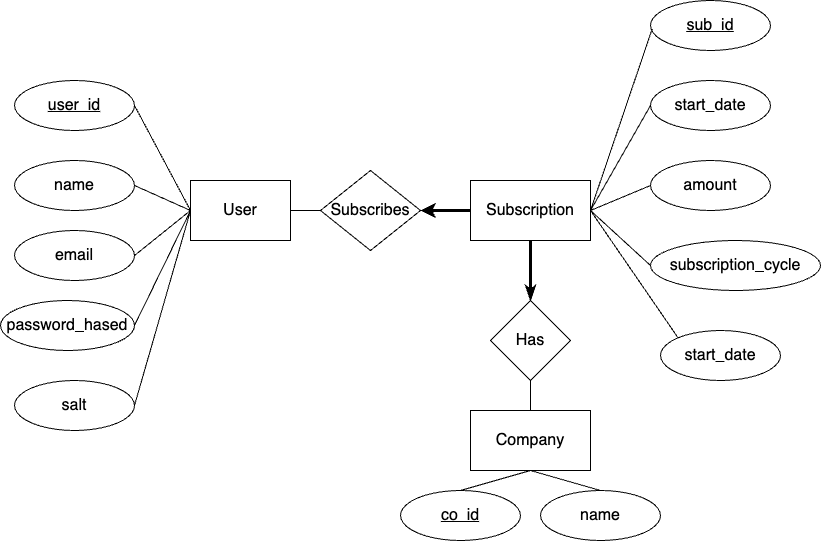
Zijing-Liu/Subscription-Manager keeps this draw.io diagram as ERdiagram.png. Above is the earlier version. Source tidied: cells renumbered, new cells last; positions are measured from the earlier drawing's top-left corner, leaving out a move shared by most shapes. Source of this version:
```xml
<mxGraphModel>
  <root>
    <mxCell id="0" />
    <mxCell id="1" parent="0" />
    <mxCell id="2" style="edgeStyle=orthogonalEdgeStyle;rounded=0;jettySize=auto;html=1;endArrow=none;endFill=0;fontSize=16;" parent="1" edge="1" source="3" target="18">
      <mxGeometry relative="1" as="geometry" />
    </mxCell>
    <mxCell id="3" value="User" style="rounded=0;whiteSpace=wrap;html=1;fontSize=16;" parent="1" vertex="1">
      <mxGeometry x="190" y="180" width="100" height="60" as="geometry" />
    </mxCell>
    <mxCell id="4" value="Subscription" style="rounded=0;whiteSpace=wrap;html=1;fontSize=16;" parent="1" vertex="1">
      <mxGeometry x="470" y="180" width="120" height="60" as="geometry" />
    </mxCell>
    <mxCell id="5" value="name" style="ellipse;whiteSpace=wrap;html=1;fontSize=16;" parent="1" vertex="1">
      <mxGeometry x="14" y="160" width="120" height="50" as="geometry" />
    </mxCell>
    <mxCell id="6" value="&lt;u style=&quot;font-size: 16px;&quot;&gt;user_id&lt;/u&gt;" style="ellipse;whiteSpace=wrap;html=1;fontSize=16;" parent="1" vertex="1">
      <mxGeometry x="14" y="80" width="120" height="50" as="geometry" />
    </mxCell>
    <mxCell id="7" value="&lt;u style=&quot;font-size: 16px;&quot;&gt;sub_id&lt;/u&gt;" style="ellipse;whiteSpace=wrap;html=1;flipV=0;flipH=0;fontSize=16;" parent="1" vertex="1">
      <mxGeometry x="650" width="120" height="50" as="geometry" />
    </mxCell>
    <mxCell id="8" value="start_date" style="ellipse;whiteSpace=wrap;html=1;flipV=0;flipH=0;fontSize=16;" parent="1" vertex="1">
      <mxGeometry x="650" y="80" width="120" height="50" as="geometry" />
    </mxCell>
    <mxCell id="9" value="amount" style="ellipse;whiteSpace=wrap;html=1;flipV=0;flipH=0;fontSize=16;" parent="1" vertex="1">
      <mxGeometry x="650" y="160" width="120" height="50" as="geometry" />
    </mxCell>
    <mxCell id="10" value="subscription_cycle" style="ellipse;whiteSpace=wrap;html=1;flipV=0;flipH=0;fontSize=16;" parent="1" vertex="1">
      <mxGeometry x="650" y="240" width="170" height="50" as="geometry" />
    </mxCell>
    <mxCell id="11" value="email" style="ellipse;whiteSpace=wrap;html=1;fontSize=16;" parent="1" vertex="1">
      <mxGeometry x="14" y="230" width="120" height="50" as="geometry" />
    </mxCell>
    <mxCell id="12" value="password_hased" style="ellipse;whiteSpace=wrap;html=1;fontSize=16;" parent="1" vertex="1">
      <mxGeometry y="300" width="134" height="50" as="geometry" />
    </mxCell>
    <mxCell id="13" style="endArrow=none;html=1;rounded=0;exitX=0;exitY=0.5;exitDx=0;exitDy=0;entryX=1;entryY=0.5;entryDx=0;entryDy=0;fontSize=16;" parent="1" edge="1" source="3" target="6">
      <mxGeometry relative="1" as="geometry" />
    </mxCell>
    <mxCell id="14" style="endArrow=none;html=1;rounded=0;entryX=1;entryY=0.5;entryDx=0;entryDy=0;exitX=0;exitY=0.5;exitDx=0;exitDy=0;fontSize=16;" parent="1" edge="1" source="3" target="5">
      <mxGeometry relative="1" as="geometry" />
    </mxCell>
    <mxCell id="15" style="endArrow=none;html=1;rounded=0;exitX=1;exitY=0.5;exitDx=0;exitDy=0;entryX=0;entryY=0.5;entryDx=0;entryDy=0;fontSize=16;" parent="1" edge="1" source="11" target="3">
      <mxGeometry relative="1" as="geometry" />
    </mxCell>
    <mxCell id="16" style="endArrow=none;html=1;rounded=0;exitX=1;exitY=0.5;exitDx=0;exitDy=0;entryX=0;entryY=0.5;entryDx=0;entryDy=0;fontSize=16;" parent="1" edge="1" source="12" target="3">
      <mxGeometry relative="1" as="geometry" />
    </mxCell>
    <mxCell id="17" style="edgeStyle=orthogonalEdgeStyle;rounded=0;jettySize=auto;html=1;endArrow=none;endFill=0;startArrow=classic;startFill=1;strokeWidth=3;fontSize=16;" parent="1" edge="1" source="18" target="4">
      <mxGeometry relative="1" as="geometry">
        <Array as="points">
          <mxPoint x="470" y="210" />
          <mxPoint x="470" y="210" />
        </Array>
      </mxGeometry>
    </mxCell>
    <mxCell id="18" value="Subscribes" style="rhombus;whiteSpace=wrap;html=1;fontSize=16;" parent="1" vertex="1">
      <mxGeometry x="320" y="170" width="100" height="80" as="geometry" />
    </mxCell>
    <mxCell id="19" style="endArrow=none;html=1;rounded=0;exitX=1;exitY=0.5;exitDx=0;exitDy=0;entryX=0.014;entryY=0.569;entryDx=0;entryDy=0;entryPerimeter=0;fontSize=16;" parent="1" edge="1" source="4" target="7">
      <mxGeometry relative="1" as="geometry" />
    </mxCell>
    <mxCell id="20" style="endArrow=none;html=1;rounded=0;entryX=0;entryY=0.5;entryDx=0;entryDy=0;exitX=1;exitY=0.5;exitDx=0;exitDy=0;fontSize=16;" parent="1" edge="1" source="4" target="8">
      <mxGeometry relative="1" as="geometry" />
    </mxCell>
    <mxCell id="21" style="endArrow=none;html=1;rounded=0;entryX=0;entryY=0.5;entryDx=0;entryDy=0;exitX=1;exitY=0.5;exitDx=0;exitDy=0;fontSize=16;" parent="1" edge="1" source="4" target="9">
      <mxGeometry relative="1" as="geometry" />
    </mxCell>
    <mxCell id="22" style="endArrow=none;html=1;rounded=0;exitX=0;exitY=0.5;exitDx=0;exitDy=0;fontSize=16;entryX=1;entryY=0.5;entryDx=0;entryDy=0;" parent="1" edge="1" source="10" target="4">
      <mxGeometry relative="1" as="geometry" />
    </mxCell>
    <mxCell id="23" style="edgeStyle=orthogonalEdgeStyle;rounded=0;jettySize=auto;html=1;endArrow=none;endFill=0;fontSize=16;" parent="1" edge="1" source="24" target="26">
      <mxGeometry relative="1" as="geometry" />
    </mxCell>
    <mxCell id="24" value="Company" style="rounded=0;whiteSpace=wrap;html=1;fontSize=16;" parent="1" vertex="1">
      <mxGeometry x="470" y="410" width="120" height="60" as="geometry" />
    </mxCell>
    <mxCell id="25" style="edgeStyle=orthogonalEdgeStyle;rounded=0;jettySize=auto;html=1;endArrow=none;endFill=0;startArrow=classicThin;startFill=1;strokeWidth=3;fontSize=16;" parent="1" edge="1" source="26" target="4">
      <mxGeometry relative="1" as="geometry" />
    </mxCell>
    <mxCell id="26" value="Has" style="rhombus;whiteSpace=wrap;html=1;fontSize=16;" parent="1" vertex="1">
      <mxGeometry x="490" y="300" width="80" height="80" as="geometry" />
    </mxCell>
    <mxCell id="27" value="&lt;u style=&quot;font-size: 16px;&quot;&gt;co_id&lt;br style=&quot;font-size: 16px;&quot;&gt;&lt;/u&gt;" style="ellipse;whiteSpace=wrap;html=1;flipV=0;flipH=0;fontSize=16;" parent="1" vertex="1">
      <mxGeometry x="400" y="490" width="120" height="50" as="geometry" />
    </mxCell>
    <mxCell id="28" value="name" style="ellipse;whiteSpace=wrap;html=1;flipV=0;flipH=0;fontSize=16;" parent="1" vertex="1">
      <mxGeometry x="540" y="490" width="120" height="50" as="geometry" />
    </mxCell>
    <mxCell id="29" style="endArrow=none;html=1;rounded=0;exitX=0.5;exitY=0;exitDx=0;exitDy=0;fontSize=16;" parent="1" edge="1" source="27">
      <mxGeometry relative="1" as="geometry">
        <mxPoint x="530" y="470" as="targetPoint" />
      </mxGeometry>
    </mxCell>
    <mxCell id="30" style="endArrow=none;html=1;rounded=0;entryX=0.5;entryY=1;entryDx=0;entryDy=0;exitX=0.5;exitY=0;exitDx=0;exitDy=0;fontSize=16;" parent="1" edge="1" source="28" target="24">
      <mxGeometry relative="1" as="geometry" />
    </mxCell>
    <mxCell id="31" value="salt" style="ellipse;whiteSpace=wrap;html=1;fontSize=16;" parent="1" vertex="1">
      <mxGeometry x="14" y="380" width="120" height="50" as="geometry" />
    </mxCell>
    <mxCell id="32" style="endArrow=none;html=1;rounded=0;entryX=0;entryY=0.5;entryDx=0;entryDy=0;exitX=1;exitY=0.5;exitDx=0;exitDy=0;fontSize=16;" parent="1" edge="1" source="31" target="3">
      <mxGeometry relative="1" as="geometry" />
    </mxCell>
    <mxCell id="33" value="start_date" style="ellipse;whiteSpace=wrap;html=1;flipV=0;flipH=0;fontSize=16;" parent="1" vertex="1">
      <mxGeometry x="660" y="330" width="120" height="50" as="geometry" />
    </mxCell>
    <mxCell id="34" style="endArrow=none;html=1;rounded=0;entryX=1;entryY=0.5;entryDx=0;entryDy=0;exitX=0;exitY=0;exitDx=0;exitDy=0;" parent="1" edge="1" source="33" target="4">
      <mxGeometry relative="1" as="geometry" />
    </mxCell>
  </root>
</mxGraphModel>
```
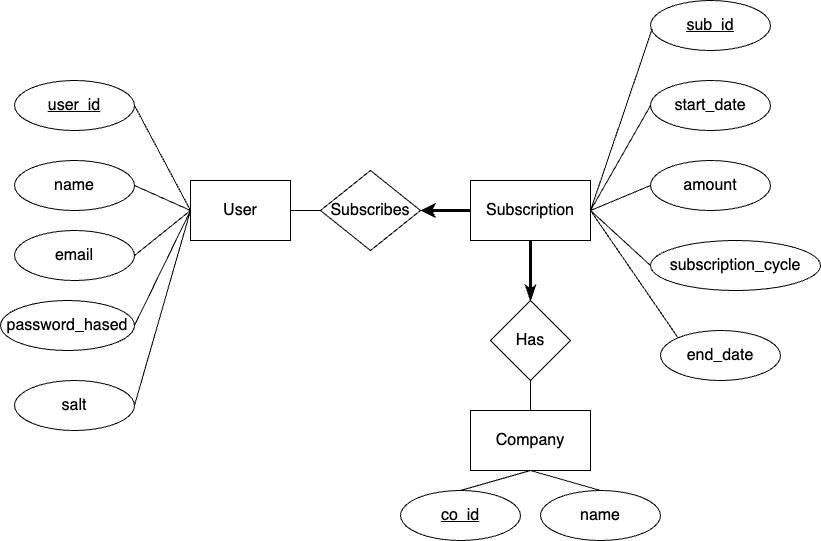
After the commit.

What changed in the source:
```diff
@@ -102,7 +102,7 @@
     <mxCell id="32" style="endArrow=none;html=1;rounded=0;entryX=0;entryY=0.5;entryDx=0;entryDy=0;exitX=1;exitY=0.5;exitDx=0;exitDy=0;fontSize=16;" parent="1" edge="1" source="31" target="3">
       <mxGeometry relative="1" as="geometry" />
     </mxCell>
-    <mxCell id="33" value="start_date" style="ellipse;whiteSpace=wrap;html=1;flipV=0;flipH=0;fontSize=16;" parent="1" vertex="1">
+    <mxCell id="33" value="end_date" style="ellipse;whiteSpace=wrap;html=1;flipV=0;flipH=0;fontSize=16;" parent="1" vertex="1">
       <mxGeometry x="660" y="330" width="120" height="50" as="geometry" />
     </mxCell>
     <mxCell id="34" style="endArrow=none;html=1;rounded=0;entryX=1;entryY=0.5;entryDx=0;entryDy=0;exitX=0;exitY=0;exitDx=0;exitDy=0;" parent="1" edge="1" source="33" target="4">
```
